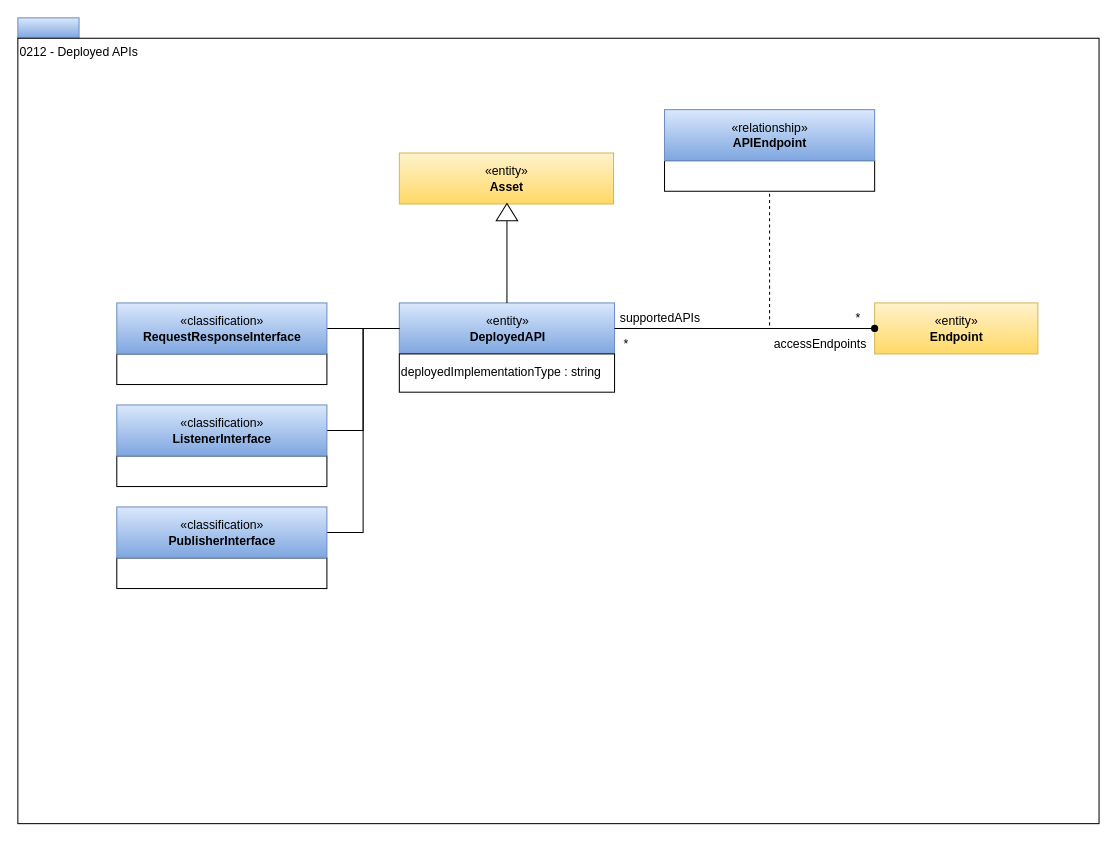
Earlier version of the draw.io diagram page "0212-Deployed-APIs" (5 of 24) of site/docs/types/2/area-2-assets.drawio (odpi/egeria-docs). Source tidied: cells renumbered, new cells numbered last; positions are measured from the earlier drawing's top-left corner, leaving out a move shared by most shapes. Both pictures are drawn from the tidied source at 102%, with x=0, y=0 at pixel (17, 17).
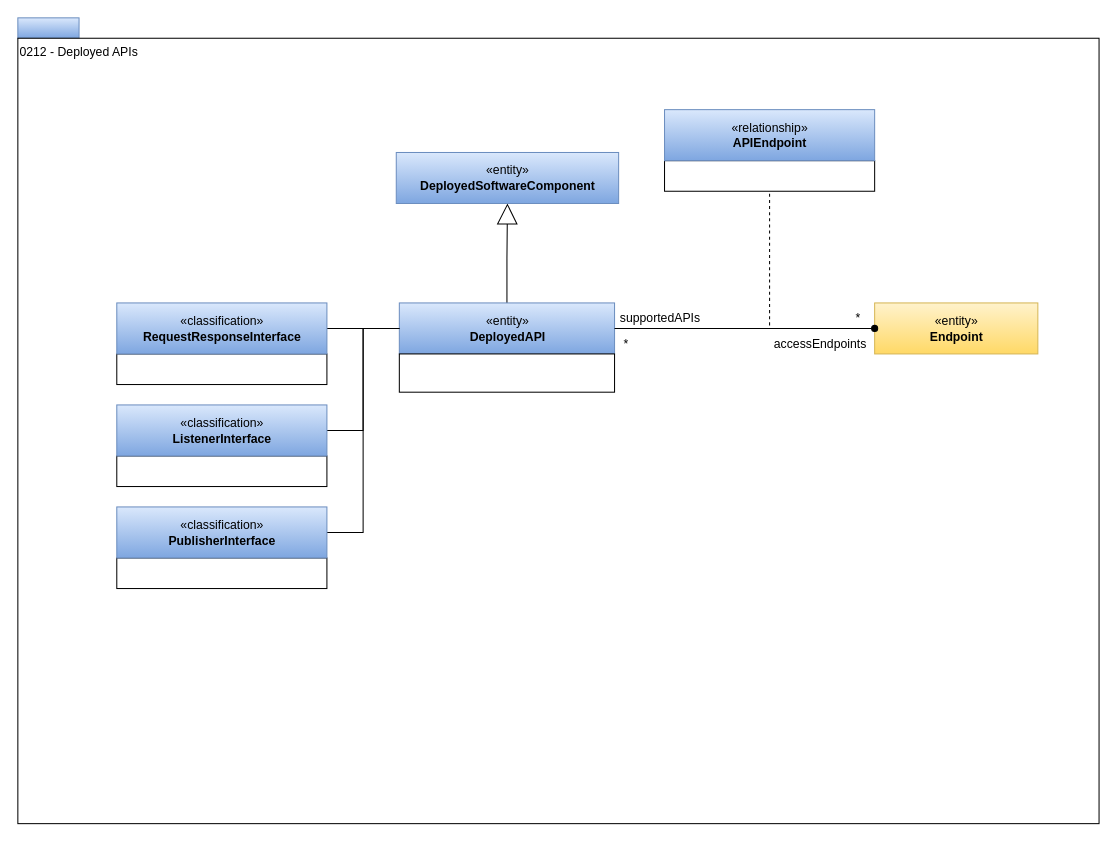
The same diagram, later.

Unchanged cells that the change refers to:
```xml
<mxCell id="4" value="«entity»&lt;br&gt;&lt;b&gt;DeployedAPI&lt;/b&gt;" style="html=1;strokeColor=#6c8ebf;align=center;fillColor=#dae8fc;gradientColor=#7ea6e0;" parent="1" vertex="1">
  <mxGeometry x="374" y="279.5" width="211" height="50" as="geometry" />
</mxCell>
```

Diff of the diagram source:
```diff
@@
+    <mxCell id="27" style="edgeStyle=orthogonalEdgeStyle;rounded=0;jettySize=auto;html=1;exitX=0.5;exitY=0;exitDx=0;exitDy=0;endArrow=block;endFill=0;endSize=18;" parent="1" edge="1" source="4" target="28">
+      <mxGeometry relative="1" as="geometry" />
+    </mxCell>
@@
-    <mxCell id="5" value="«entity»&lt;br&gt;&lt;b&gt;Asset&lt;/b&gt;" style="html=1;strokeColor=#d6b656;align=center;fillColor=#fff2cc;gradientColor=#ffd966;" parent="1" vertex="1">
-      <mxGeometry x="374" y="132.5" width="210" height="50" as="geometry" />
-    </mxCell>
-    <mxCell id="6" style="edgeStyle=orthogonalEdgeStyle;rounded=0;html=1;endArrow=none;endFill=0;jettySize=auto;entryX=0.5;entryY=0;" parent="1" edge="1" source="7" target="4">
-      <mxGeometry relative="1" as="geometry" />
-    </mxCell>
-    <mxCell id="7" style="triangle;whiteSpace=wrap;html=1;strokeColor=#000000;gradientColor=#ffffff;align=center;rotation=-90;" parent="1" vertex="1">
-      <mxGeometry x="471" y="180" width="17" height="21" as="geometry" />
-    </mxCell>
@@
-    <mxCell id="20" value="deployedImplementationType : string" style="rounded=0;whiteSpace=wrap;html=1;strokeColor=#000000;gradientColor=#ffffff;align=left;" parent="1" vertex="1">
+    <mxCell id="20" style="rounded=0;whiteSpace=wrap;html=1;strokeColor=#000000;gradientColor=#ffffff;align=left;" parent="1" vertex="1">
       <mxGeometry x="374" y="329.5" width="211" height="37.5" as="geometry" />
     </mxCell>
@@
+    <mxCell id="28" value="«entity»&lt;br&gt;&lt;b&gt;DeployedSoftwareComponent&lt;/b&gt;" style="html=1;strokeColor=#6c8ebf;align=center;fillColor=#dae8fc;gradientColor=#7ea6e0;" parent="1" vertex="1">
+      <mxGeometry x="371" y="132" width="218" height="50" as="geometry" />
+    </mxCell>
```
